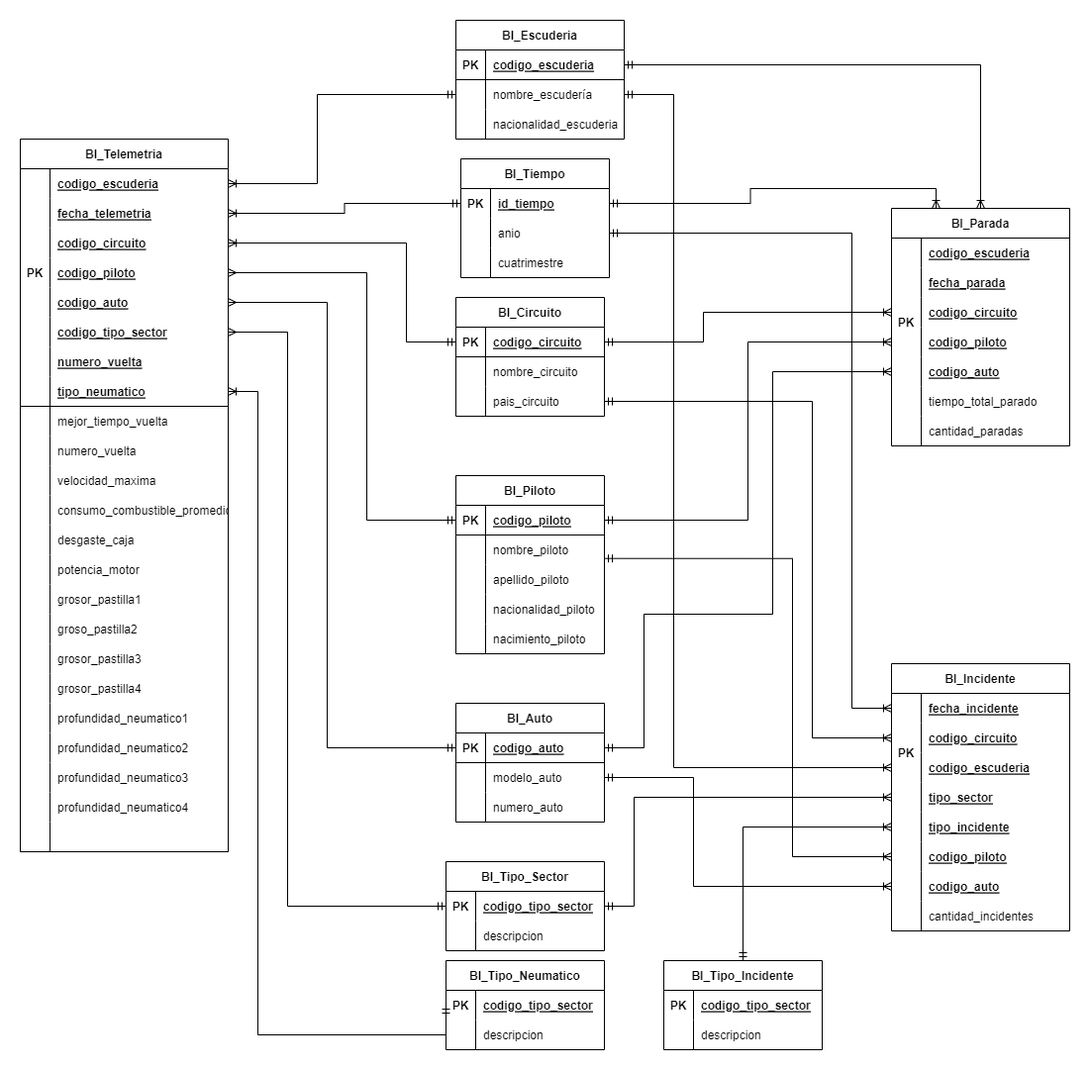
Earlier version of the draw.io export TP/DER_BI_Reentrega.png (ucabaleiro/2022-TP-GDD). Source tidied: cells renumbered, new cells last; positions are measured from the earlier drawing's top-left corner, leaving out a move shared by most shapes.
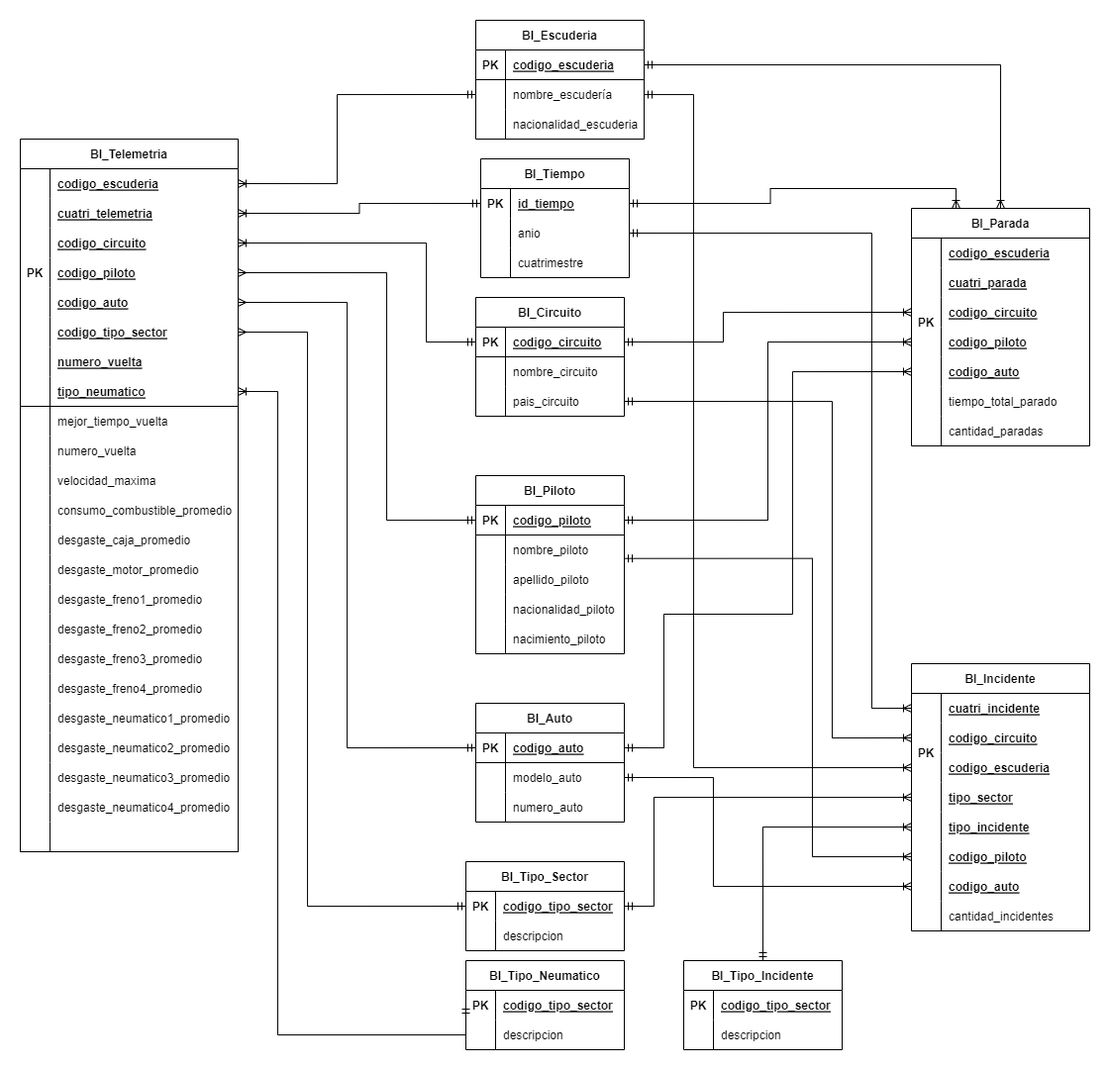
Above is the later version.

Diff of the diagram source:
```diff
@@ -202,3 +202,3 @@
     </mxCell>
-    <mxCell id="68" value="fecha_incidente" style="shape=partialRectangle;overflow=hidden;fillColor=none;top=0;left=0;bottom=0;right=0;align=left;spacingLeft=6;fontStyle=5;" parent="66" vertex="1">
+    <mxCell id="68" value="cuatri_incidente" style="shape=partialRectangle;overflow=hidden;fillColor=none;top=0;left=0;bottom=0;right=0;align=left;spacingLeft=6;fontStyle=5;" parent="66" vertex="1">
       <mxGeometry x="30" width="150" height="30" as="geometry" />
@@ -269,6 +269,6 @@
     <mxCell id="90" value="BI_Telemetria" style="shape=table;startSize=30;rowLines=0;fontStyle=1;align=center;" parent="1" vertex="1">
-      <mxGeometry y="120" width="210" height="720" as="geometry" />
+      <mxGeometry x="-20" y="120" width="220" height="720" as="geometry" />
     </mxCell>
     <mxCell id="91" style="shape=partialRectangle;fillColor=none;points=[[0,0.5],[1,0.5]];portConstraint=eastwest;top=0;left=0;right=0;bottom=0;" parent="90" vertex="1">
-      <mxGeometry y="30" width="210" height="30" as="geometry" />
+      <mxGeometry y="30" width="220" height="30" as="geometry" />
     </mxCell>
@@ -278,6 +278,6 @@
     <mxCell id="93" value="codigo_escuderia" style="shape=partialRectangle;overflow=hidden;fillColor=none;top=0;left=0;bottom=0;right=0;align=left;spacingLeft=6;fontStyle=5;" parent="91" vertex="1">
-      <mxGeometry x="30" width="180" height="30" as="geometry" />
+      <mxGeometry x="30" width="190" height="30" as="geometry" />
     </mxCell>
     <mxCell id="94" style="shape=partialRectangle;fillColor=none;points=[[0,0.5],[1,0.5]];portConstraint=eastwest;top=0;left=0;right=0;bottom=0;" parent="90" vertex="1">
-      <mxGeometry y="60" width="210" height="30" as="geometry" />
+      <mxGeometry y="60" width="220" height="30" as="geometry" />
     </mxCell>
@@ -286,7 +286,7 @@
     </mxCell>
-    <mxCell id="96" value="fecha_telemetria" style="shape=partialRectangle;overflow=hidden;fillColor=none;top=0;left=0;bottom=0;right=0;align=left;spacingLeft=6;fontStyle=5;" parent="94" vertex="1">
-      <mxGeometry x="30" width="180" height="30" as="geometry" />
+    <mxCell id="96" value="cuatri_telemetria" style="shape=partialRectangle;overflow=hidden;fillColor=none;top=0;left=0;bottom=0;right=0;align=left;spacingLeft=6;fontStyle=5;" parent="94" vertex="1">
+      <mxGeometry x="30" width="190" height="30" as="geometry" />
     </mxCell>
     <mxCell id="97" style="shape=partialRectangle;fillColor=none;points=[[0,0.5],[1,0.5]];portConstraint=eastwest;top=0;left=0;right=0;bottom=0;" parent="90" vertex="1">
-      <mxGeometry y="90" width="210" height="30" as="geometry" />
+      <mxGeometry y="90" width="220" height="30" as="geometry" />
     </mxCell>
@@ -296,6 +296,6 @@
     <mxCell id="99" value="codigo_circuito" style="shape=partialRectangle;overflow=hidden;fillColor=none;top=0;left=0;bottom=0;right=0;align=left;spacingLeft=6;fontStyle=5;" parent="97" vertex="1">
-      <mxGeometry x="30" width="180" height="30" as="geometry" />
+      <mxGeometry x="30" width="190" height="30" as="geometry" />
     </mxCell>
     <mxCell id="100" style="shape=partialRectangle;fillColor=none;points=[[0,0.5],[1,0.5]];portConstraint=eastwest;top=0;left=0;right=0;bottom=0;" parent="90" vertex="1">
-      <mxGeometry y="120" width="210" height="30" as="geometry" />
+      <mxGeometry y="120" width="220" height="30" as="geometry" />
     </mxCell>
@@ -305,6 +305,6 @@
     <mxCell id="102" value="codigo_piloto" style="shape=partialRectangle;overflow=hidden;fillColor=none;top=0;left=0;bottom=0;right=0;align=left;spacingLeft=6;fontStyle=5;" parent="100" vertex="1">
-      <mxGeometry x="30" width="180" height="30" as="geometry" />
+      <mxGeometry x="30" width="190" height="30" as="geometry" />
     </mxCell>
     <mxCell id="103" style="shape=partialRectangle;fillColor=none;points=[[0,0.5],[1,0.5]];portConstraint=eastwest;top=0;left=0;right=0;bottom=0;" parent="90" vertex="1">
-      <mxGeometry y="150" width="210" height="30" as="geometry" />
+      <mxGeometry y="150" width="220" height="30" as="geometry" />
     </mxCell>
@@ -314,6 +314,6 @@
     <mxCell id="105" value="codigo_auto" style="shape=partialRectangle;overflow=hidden;fillColor=none;top=0;left=0;bottom=0;right=0;align=left;spacingLeft=6;fontStyle=5;" parent="103" vertex="1">
-      <mxGeometry x="30" width="180" height="30" as="geometry" />
+      <mxGeometry x="30" width="190" height="30" as="geometry" />
     </mxCell>
     <mxCell id="106" style="shape=partialRectangle;fillColor=none;points=[[0,0.5],[1,0.5]];portConstraint=eastwest;top=0;left=0;right=0;bottom=0;" parent="90" vertex="1">
-      <mxGeometry y="180" width="210" height="30" as="geometry" />
+      <mxGeometry y="180" width="220" height="30" as="geometry" />
     </mxCell>
@@ -323,6 +323,6 @@
     <mxCell id="108" value="codigo_tipo_sector" style="shape=partialRectangle;overflow=hidden;fillColor=none;top=0;left=0;bottom=0;right=0;align=left;spacingLeft=6;fontStyle=5;" parent="106" vertex="1">
-      <mxGeometry x="30" width="180" height="30" as="geometry" />
+      <mxGeometry x="30" width="190" height="30" as="geometry" />
     </mxCell>
     <mxCell id="109" style="shape=partialRectangle;fillColor=none;top=0;left=0;right=0;bottom=0;" parent="90" vertex="1">
-      <mxGeometry y="210" width="210" height="30" as="geometry" />
+      <mxGeometry y="210" width="220" height="30" as="geometry" />
     </mxCell>
@@ -332,6 +332,6 @@
     <mxCell id="111" value="numero_vuelta" style="shape=partialRectangle;overflow=hidden;fillColor=none;top=0;left=0;bottom=0;right=0;align=left;spacingLeft=6;fontStyle=5;" parent="109" vertex="1">
-      <mxGeometry x="30" width="180" height="30" as="geometry" />
+      <mxGeometry x="30" width="190" height="30" as="geometry" />
     </mxCell>
     <mxCell id="112" style="shape=partialRectangle;fillColor=none;points=[[0,0.5],[1,0.5]];portConstraint=eastwest;top=0;left=0;right=0;bottom=1;" parent="90" vertex="1">
-      <mxGeometry y="240" width="210" height="30" as="geometry" />
+      <mxGeometry y="240" width="220" height="30" as="geometry" />
     </mxCell>
@@ -341,6 +341,6 @@
     <mxCell id="114" value="tipo_neumatico" style="shape=partialRectangle;overflow=hidden;fillColor=none;top=0;left=0;bottom=0;right=0;align=left;spacingLeft=6;fontStyle=5;" parent="112" vertex="1">
-      <mxGeometry x="30" width="180" height="30" as="geometry" />
+      <mxGeometry x="30" width="190" height="30" as="geometry" />
     </mxCell>
     <mxCell id="115" style="shape=partialRectangle;fillColor=none;top=0;left=0;right=0;bottom=0;" parent="90" vertex="1">
-      <mxGeometry y="270" width="210" height="30" as="geometry" />
+      <mxGeometry y="270" width="220" height="30" as="geometry" />
     </mxCell>
@@ -350,6 +350,6 @@
     <mxCell id="117" value="mejor_tiempo_vuelta" style="shape=partialRectangle;overflow=hidden;fillColor=none;top=0;left=0;bottom=0;right=0;align=left;spacingLeft=6;fontStyle=0;" parent="115" vertex="1">
-      <mxGeometry x="30" width="180" height="30" as="geometry" />
+      <mxGeometry x="30" width="190" height="30" as="geometry" />
     </mxCell>
     <mxCell id="118" style="shape=partialRectangle;fillColor=none;top=0;left=0;right=0;bottom=0;" parent="90" vertex="1">
-      <mxGeometry y="300" width="210" height="30" as="geometry" />
+      <mxGeometry y="300" width="220" height="30" as="geometry" />
     </mxCell>
@@ -359,6 +359,6 @@
     <mxCell id="120" value="numero_vuelta" style="shape=partialRectangle;overflow=hidden;fillColor=none;top=0;left=0;bottom=0;right=0;align=left;spacingLeft=6;" parent="118" vertex="1">
-      <mxGeometry x="30" width="180" height="30" as="geometry" />
+      <mxGeometry x="30" width="190" height="30" as="geometry" />
     </mxCell>
     <mxCell id="121" style="shape=partialRectangle;fillColor=none;top=0;left=0;right=0;bottom=0;" parent="90" vertex="1">
-      <mxGeometry y="330" width="210" height="30" as="geometry" />
+      <mxGeometry y="330" width="220" height="30" as="geometry" />
     </mxCell>
@@ -368,6 +368,6 @@
     <mxCell id="123" value="velocidad_maxima" style="shape=partialRectangle;overflow=hidden;fillColor=none;top=0;left=0;bottom=0;right=0;align=left;spacingLeft=6;" parent="121" vertex="1">
-      <mxGeometry x="30" width="180" height="30" as="geometry" />
+      <mxGeometry x="30" width="190" height="30" as="geometry" />
     </mxCell>
     <mxCell id="124" style="shape=partialRectangle;fillColor=none;top=0;left=0;right=0;bottom=0;" parent="90" vertex="1">
-      <mxGeometry y="360" width="210" height="30" as="geometry" />
+      <mxGeometry y="360" width="220" height="30" as="geometry" />
     </mxCell>
@@ -377,6 +377,6 @@
     <mxCell id="126" value="consumo_combustible_promedio" style="shape=partialRectangle;overflow=hidden;fillColor=none;top=0;left=0;bottom=0;right=0;align=left;spacingLeft=6;" parent="124" vertex="1">
-      <mxGeometry x="30" width="180" height="30" as="geometry" />
+      <mxGeometry x="30" width="190" height="30" as="geometry" />
     </mxCell>
     <mxCell id="127" style="shape=partialRectangle;fillColor=none;top=0;left=0;right=0;bottom=0;" parent="90" vertex="1">
-      <mxGeometry y="390" width="210" height="30" as="geometry" />
+      <mxGeometry y="390" width="220" height="30" as="geometry" />
     </mxCell>
@@ -385,7 +385,7 @@
     </mxCell>
-    <mxCell id="129" value="desgaste_caja" style="shape=partialRectangle;overflow=hidden;fillColor=none;top=0;left=0;bottom=0;right=0;align=left;spacingLeft=6;" parent="127" vertex="1">
-      <mxGeometry x="30" width="180" height="30" as="geometry" />
+    <mxCell id="129" value="desgaste_caja_promedio" style="shape=partialRectangle;overflow=hidden;fillColor=none;top=0;left=0;bottom=0;right=0;align=left;spacingLeft=6;" parent="127" vertex="1">
+      <mxGeometry x="30" width="190" height="30" as="geometry" />
     </mxCell>
     <mxCell id="130" style="shape=partialRectangle;fillColor=none;top=0;left=0;right=0;bottom=0;" parent="90" vertex="1">
-      <mxGeometry y="420" width="210" height="30" as="geometry" />
+      <mxGeometry y="420" width="220" height="30" as="geometry" />
     </mxCell>
@@ -394,7 +394,7 @@
     </mxCell>
-    <mxCell id="132" value="potencia_motor" style="shape=partialRectangle;overflow=hidden;fillColor=none;top=0;left=0;bottom=0;right=0;align=left;spacingLeft=6;" parent="130" vertex="1">
-      <mxGeometry x="30" width="180" height="30" as="geometry" />
+    <mxCell id="132" value="desgaste_motor_promedio" style="shape=partialRectangle;overflow=hidden;fillColor=none;top=0;left=0;bottom=0;right=0;align=left;spacingLeft=6;" parent="130" vertex="1">
+      <mxGeometry x="30" width="190" height="30" as="geometry" />
     </mxCell>
     <mxCell id="133" style="shape=partialRectangle;fillColor=none;top=0;left=0;right=0;bottom=0;" parent="90" vertex="1">
-      <mxGeometry y="450" width="210" height="30" as="geometry" />
+      <mxGeometry y="450" width="220" height="30" as="geometry" />
     </mxCell>
@@ -403,7 +403,7 @@
     </mxCell>
-    <mxCell id="135" value="grosor_pastilla1" style="shape=partialRectangle;overflow=hidden;fillColor=none;top=0;left=0;bottom=0;right=0;align=left;spacingLeft=6;" parent="133" vertex="1">
-      <mxGeometry x="30" width="180" height="30" as="geometry" />
+    <mxCell id="135" value="desgaste_freno1_promedio" style="shape=partialRectangle;overflow=hidden;fillColor=none;top=0;left=0;bottom=0;right=0;align=left;spacingLeft=6;" parent="133" vertex="1">
+      <mxGeometry x="30" width="190" height="30" as="geometry" />
     </mxCell>
     <mxCell id="136" style="shape=partialRectangle;fillColor=none;top=0;left=0;right=0;bottom=0;" parent="90" vertex="1">
-      <mxGeometry y="480" width="210" height="30" as="geometry" />
+      <mxGeometry y="480" width="220" height="30" as="geometry" />
     </mxCell>
@@ -412,7 +412,7 @@
     </mxCell>
-    <mxCell id="138" value="groso_pastilla2" style="shape=partialRectangle;overflow=hidden;fillColor=none;top=0;left=0;bottom=0;right=0;align=left;spacingLeft=6;" parent="136" vertex="1">
-      <mxGeometry x="30" width="180" height="30" as="geometry" />
+    <mxCell id="138" value="desgaste_freno2_promedio" style="shape=partialRectangle;overflow=hidden;fillColor=none;top=0;left=0;bottom=0;right=0;align=left;spacingLeft=6;" parent="136" vertex="1">
+      <mxGeometry x="30" width="190" height="30" as="geometry" />
     </mxCell>
     <mxCell id="139" style="shape=partialRectangle;fillColor=none;top=0;left=0;right=0;bottom=0;" parent="90" vertex="1">
-      <mxGeometry y="510" width="210" height="30" as="geometry" />
+      <mxGeometry y="510" width="220" height="30" as="geometry" />
     </mxCell>
@@ -421,7 +421,7 @@
     </mxCell>
-    <mxCell id="141" value="grosor_pastilla3" style="shape=partialRectangle;overflow=hidden;fillColor=none;top=0;left=0;bottom=0;right=0;align=left;spacingLeft=6;" parent="139" vertex="1">
-      <mxGeometry x="30" width="180" height="30" as="geometry" />
+    <mxCell id="141" value="desgaste_freno3_promedio" style="shape=partialRectangle;overflow=hidden;fillColor=none;top=0;left=0;bottom=0;right=0;align=left;spacingLeft=6;" parent="139" vertex="1">
+      <mxGeometry x="30" width="190" height="30" as="geometry" />
     </mxCell>
     <mxCell id="142" style="shape=partialRectangle;fillColor=none;top=0;left=0;right=0;bottom=0;" parent="90" vertex="1">
-      <mxGeometry y="540" width="210" height="30" as="geometry" />
+      <mxGeometry y="540" width="220" height="30" as="geometry" />
     </mxCell>
@@ -430,7 +430,7 @@
     </mxCell>
-    <mxCell id="144" value="grosor_pastilla4" style="shape=partialRectangle;overflow=hidden;fillColor=none;top=0;left=0;bottom=0;right=0;align=left;spacingLeft=6;" parent="142" vertex="1">
-      <mxGeometry x="30" width="180" height="30" as="geometry" />
+    <mxCell id="144" value="desgaste_freno4_promedio" style="shape=partialRectangle;overflow=hidden;fillColor=none;top=0;left=0;bottom=0;right=0;align=left;spacingLeft=6;" parent="142" vertex="1">
+      <mxGeometry x="30" width="190" height="30" as="geometry" />
     </mxCell>
     <mxCell id="145" style="shape=partialRectangle;fillColor=none;top=0;left=0;right=0;bottom=0;" parent="90" vertex="1">
-      <mxGeometry y="570" width="210" height="30" as="geometry" />
+      <mxGeometry y="570" width="220" height="30" as="geometry" />
     </mxCell>
@@ -439,7 +439,7 @@
     </mxCell>
-    <mxCell id="147" value="profundidad_neumatico1" style="shape=partialRectangle;overflow=hidden;fillColor=none;top=0;left=0;bottom=0;right=0;align=left;spacingLeft=6;" parent="145" vertex="1">
-      <mxGeometry x="30" width="180" height="30" as="geometry" />
+    <mxCell id="147" value="desgaste_neumatico1_promedio" style="shape=partialRectangle;overflow=hidden;fillColor=none;top=0;left=0;bottom=0;right=0;align=left;spacingLeft=6;" parent="145" vertex="1">
+      <mxGeometry x="30" width="190" height="30" as="geometry" />
     </mxCell>
     <mxCell id="148" style="shape=partialRectangle;fillColor=none;top=0;left=0;right=0;bottom=0;" parent="90" vertex="1">
-      <mxGeometry y="600" width="210" height="30" as="geometry" />
+      <mxGeometry y="600" width="220" height="30" as="geometry" />
     </mxCell>
@@ -448,7 +448,7 @@
     </mxCell>
-    <mxCell id="150" value="profundidad_neumatico2" style="shape=partialRectangle;overflow=hidden;fillColor=none;top=0;left=0;bottom=0;right=0;align=left;spacingLeft=6;" parent="148" vertex="1">
-      <mxGeometry x="30" width="180" height="30" as="geometry" />
+    <mxCell id="150" value="desgaste_neumatico2_promedio" style="shape=partialRectangle;overflow=hidden;fillColor=none;top=0;left=0;bottom=0;right=0;align=left;spacingLeft=6;" parent="148" vertex="1">
+      <mxGeometry x="30" width="190" height="30" as="geometry" />
     </mxCell>
     <mxCell id="151" style="shape=partialRectangle;fillColor=none;top=0;left=0;right=0;bottom=0;" parent="90" vertex="1">
-      <mxGeometry y="630" width="210" height="30" as="geometry" />
+      <mxGeometry y="630" width="220" height="30" as="geometry" />
     </mxCell>
@@ -457,7 +457,7 @@
     </mxCell>
-    <mxCell id="153" value="profundidad_neumatico3" style="shape=partialRectangle;overflow=hidden;fillColor=none;top=0;left=0;bottom=0;right=0;align=left;spacingLeft=6;" parent="151" vertex="1">
-      <mxGeometry x="30" width="180" height="30" as="geometry" />
+    <mxCell id="153" value="desgaste_neumatico3_promedio" style="shape=partialRectangle;overflow=hidden;fillColor=none;top=0;left=0;bottom=0;right=0;align=left;spacingLeft=6;" parent="151" vertex="1">
+      <mxGeometry x="30" width="190" height="30" as="geometry" />
     </mxCell>
     <mxCell id="154" style="shape=partialRectangle;fillColor=none;top=0;left=0;right=0;bottom=0;" parent="90" vertex="1">
-      <mxGeometry y="660" width="210" height="30" as="geometry" />
+      <mxGeometry y="660" width="220" height="30" as="geometry" />
     </mxCell>
@@ -466,7 +466,7 @@
     </mxCell>
-    <mxCell id="156" value="profundidad_neumatico4" style="shape=partialRectangle;overflow=hidden;fillColor=none;top=0;left=0;bottom=0;right=0;align=left;spacingLeft=6;" parent="154" vertex="1">
-      <mxGeometry x="30" width="180" height="30" as="geometry" />
+    <mxCell id="156" value="desgaste_neumatico4_promedio" style="shape=partialRectangle;overflow=hidden;fillColor=none;top=0;left=0;bottom=0;right=0;align=left;spacingLeft=6;" parent="154" vertex="1">
+      <mxGeometry x="30" width="190" height="30" as="geometry" />
     </mxCell>
     <mxCell id="157" style="shape=partialRectangle;fillColor=none;top=0;left=0;right=0;bottom=1;" parent="90" vertex="1">
-      <mxGeometry y="690" width="210" height="30" as="geometry" />
+      <mxGeometry y="690" width="220" height="30" as="geometry" />
     </mxCell>
@@ -476,3 +476,3 @@
     <mxCell id="159" style="shape=partialRectangle;overflow=hidden;fillColor=none;top=0;left=0;bottom=0;right=0;align=left;spacingLeft=6;fontStyle=5;" parent="157" vertex="1">
-      <mxGeometry x="30" width="180" height="30" as="geometry" />
+      <mxGeometry x="30" width="190" height="30" as="geometry" />
     </mxCell>
@@ -496,3 +496,3 @@
     </mxCell>
-    <mxCell id="166" value="fecha_parada" style="shape=partialRectangle;overflow=hidden;fillColor=none;top=0;left=0;bottom=0;right=0;align=left;spacingLeft=6;fontStyle=5;" parent="164" vertex="1">
+    <mxCell id="166" value="cuatri_parada" style="shape=partialRectangle;overflow=hidden;fillColor=none;top=0;left=0;bottom=0;right=0;align=left;spacingLeft=6;fontStyle=5;" parent="164" vertex="1">
       <mxGeometry x="30" width="150" height="30" as="geometry" />
```
